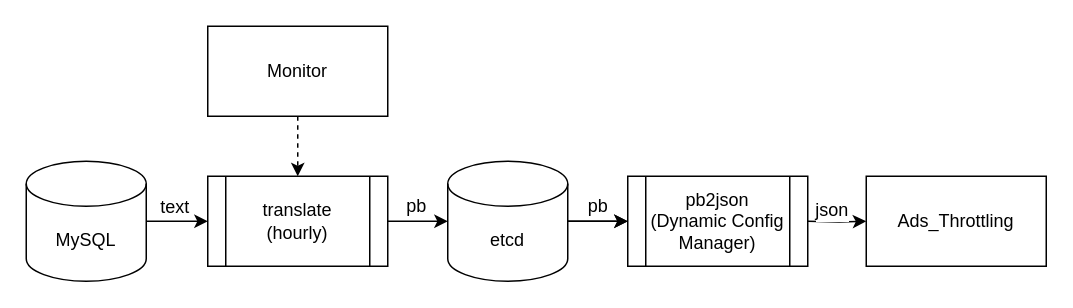
Earlier version of the draw.io diagram page "throttling" (4 of 4) of news.drawio (d0ngjun/drawio). Source tidied: cells renumbered, new cells numbered last; positions are measured from the earlier drawing's top-left corner, leaving out a move shared by most shapes. Both pictures are drawn from the tidied source at 150%, with x=0, y=0 at pixel (26, 26).
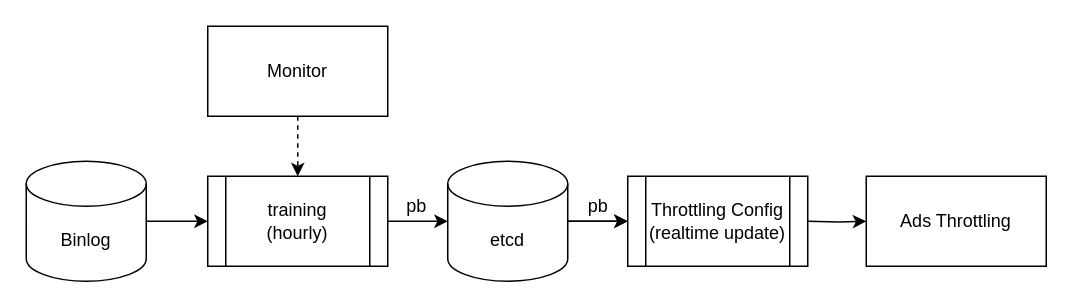
Above is the later version.

Commit message (it also covers changes not shown here):
rewording throttling full map

The change refers to these unchanged cells:
```xml
<mxCell id="12" style="edgeStyle=orthogonalEdgeStyle;rounded=0;jettySize=auto;html=1;" parent="1" edge="1" target="16">
  <mxGeometry relative="1" as="geometry">
    <mxPoint x="521" y="130" as="sourcePoint" />
  </mxGeometry>
</mxCell>
```

The edit, as a diff of the source:
```diff
@@
-    <mxCell id="3" value="MySQL" style="shape=cylinder3;whiteSpace=wrap;html=1;boundedLbl=1;backgroundOutline=1;size=15;" parent="1" vertex="1">
+    <mxCell id="3" value="Binlog" style="shape=cylinder3;whiteSpace=wrap;html=1;boundedLbl=1;backgroundOutline=1;size=15;" parent="1" vertex="1">
       <mxGeometry y="90" width="80" height="80" as="geometry" />
     </mxCell>
@@
-    <mxCell id="10" value="translate&lt;br&gt;(hourly)" style="shape=process;whiteSpace=wrap;html=1;backgroundOutline=1;" parent="1" vertex="1">
+    <mxCell id="10" value="training&lt;br&gt;(hourly)" style="shape=process;whiteSpace=wrap;html=1;backgroundOutline=1;" parent="1" vertex="1">
       <mxGeometry x="121" y="100" width="120" height="60" as="geometry" />
     </mxCell>
-    <mxCell id="11" value="text" style="text;html=1;align=center;verticalAlign=middle;strokeColor=none;fillColor=none;" parent="1" vertex="1">
-      <mxGeometry x="84" y="111" width="30" height="20" as="geometry" />
-    </mxCell>
@@
-    <mxCell id="13" value="&lt;font style=&quot;font-size: 12px&quot;&gt;json&lt;/font&gt;" style="edgeLabel;html=1;align=center;verticalAlign=middle;" parent="12" vertex="1">
-      <mxGeometry x="0.07" y="4" relative="1" as="geometry">
-        <mxPoint x="-2" y="-8" as="offset" />
-      </mxGeometry>
-    </mxCell>
@@
-    <mxCell id="16" value="Ads_Throttling" style="rounded=0;whiteSpace=wrap;html=1;" parent="1" vertex="1">
+    <mxCell id="16" value="Ads Throttling" style="rounded=0;whiteSpace=wrap;html=1;" parent="1" vertex="1">
       <mxGeometry x="560" y="100" width="120" height="60" as="geometry" />
     </mxCell>
-    <mxCell id="17" value="pb2json&lt;br&gt;(Dynamic Config Manager)" style="shape=process;whiteSpace=wrap;html=1;backgroundOutline=1;" parent="1" vertex="1">
+    <mxCell id="17" value="Throttling Config&lt;br&gt;(realtime update)" style="shape=process;whiteSpace=wrap;html=1;backgroundOutline=1;" parent="1" vertex="1">
       <mxGeometry x="401" y="100" width="120" height="60" as="geometry" />
     </mxCell>
```
